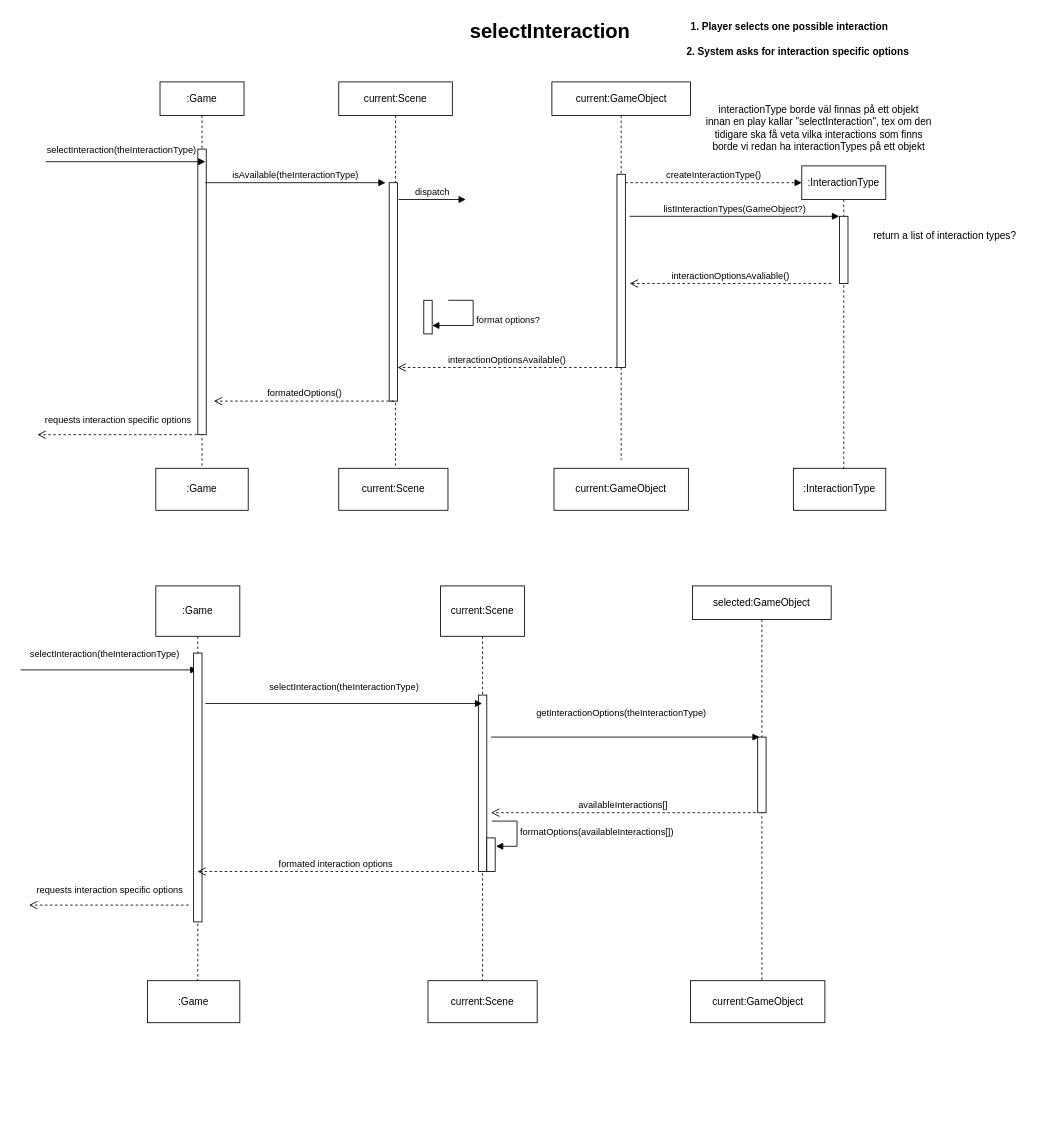
The draw.io diagram page "selectInteraction" (3 of 6) of domain-model.drawio in Jesper-R/PA1460, before the edit. Source tidied: cells renumbered, new cells numbered last; positions are measured from the earlier drawing's top-left corner, leaving out a move shared by most shapes. Both pictures are drawn from the tidied source at 84%, with x=0, y=0 at pixel (20, 14).
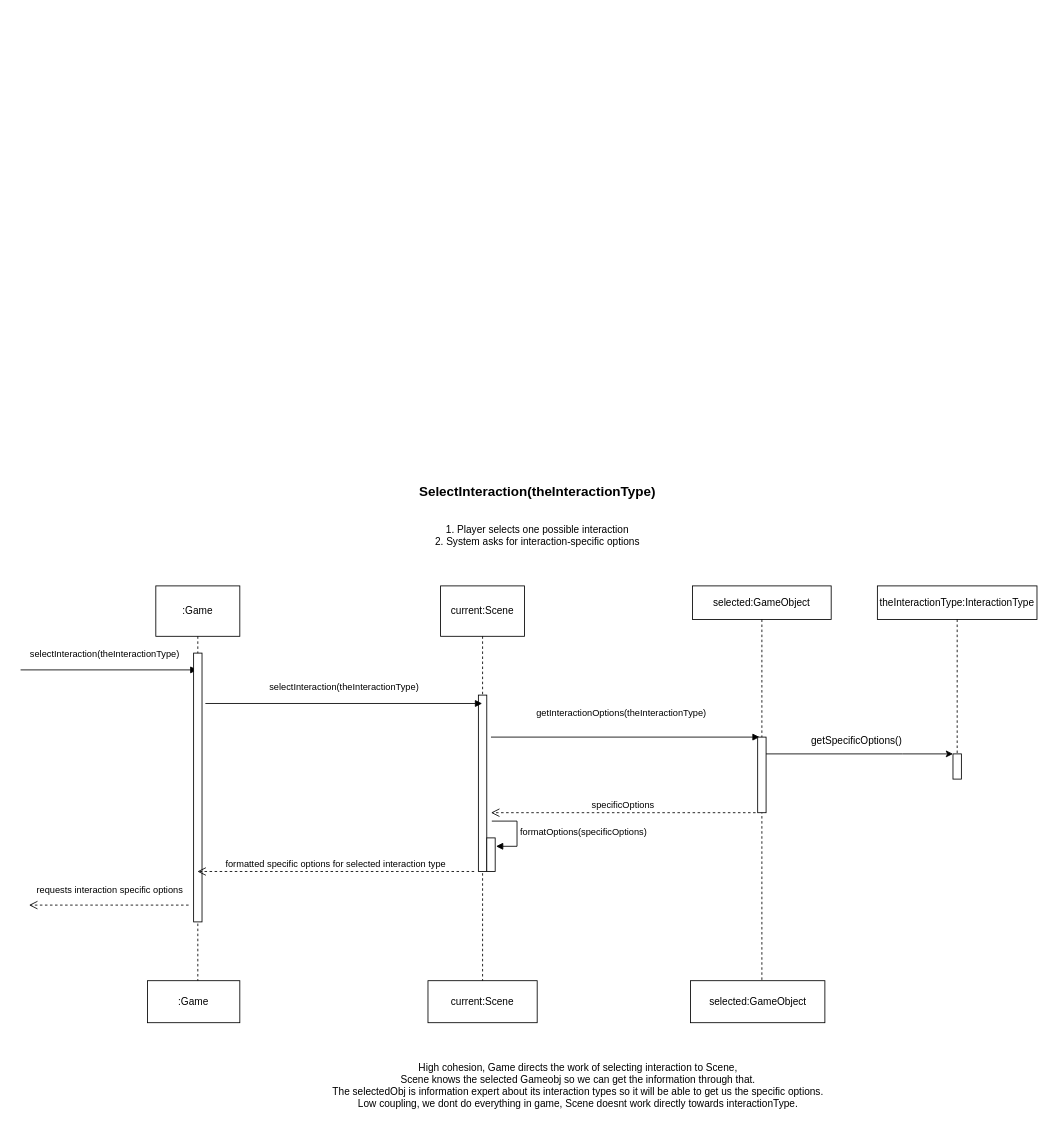
The same page after the edit.

The change refers to these unchanged cells:
```xml
<mxCell id="30" value=":Game" style="shape=umlLifeline;perimeter=lifelinePerimeter;whiteSpace=wrap;html=1;outlineConnect=0;portConstraint=eastwest;newEdgeStyle={&quot;curved&quot;:0,&quot;rounded&quot;:0};size=60;" parent="1" vertex="1">
  <mxGeometry x="161" y="680" width="100" height="480" as="geometry" />
</mxCell>
```

Diff of the diagram source:
```diff
@@
-    <mxCell id="2" value="selectInteraction" style="text;strokeColor=none;fillColor=none;html=1;fontSize=24;fontStyle=1;verticalAlign=middle;align=center;" parent="1" vertex="1">
-      <mxGeometry x="580" width="100" height="40" as="geometry" />
-    </mxCell>
-    <mxCell id="3" value="&lt;b&gt;1. Player selects one possible interaction&lt;/b&gt;" style="text;html=1;align=center;verticalAlign=middle;strokeColor=none;fillColor=none;" parent="1" vertex="1">
-      <mxGeometry x="785" width="260" height="30" as="geometry" />
-    </mxCell>
-    <mxCell id="4" value="&lt;b&gt;2. System asks for interaction specific options&lt;/b&gt;" style="text;html=1;align=center;verticalAlign=middle;strokeColor=none;fillColor=none;" parent="1" vertex="1">
-      <mxGeometry x="780" y="30" width="290" height="30" as="geometry" />
-    </mxCell>
@@
-    <mxCell id="6" value=":Game" style="html=1;whiteSpace=wrap;" parent="1" vertex="1">
-      <mxGeometry x="161" y="540" width="110" height="50" as="geometry" />
-    </mxCell>
-    <mxCell id="7" value="requests interaction specific options" style="html=1;verticalAlign=bottom;endArrow=open;dashed=1;endSize=8;curved=0;rounded=0;" parent="1" edge="1">
-      <mxGeometry x="-0.01" y="-9" relative="1" as="geometry">
-        <mxPoint x="210" y="500" as="sourcePoint" />
-        <mxPoint x="20" y="500" as="targetPoint" />
-      </mxGeometry>
-    </mxCell>
-    <mxCell id="8" value="current:GameObject" style="shape=umlLifeline;perimeter=lifelinePerimeter;whiteSpace=wrap;html=1;newEdgeStyle={&quot;curved&quot;:0,&quot;rounded&quot;:0};" parent="1" vertex="1">
-      <mxGeometry x="632.5" y="80" width="165" height="450" as="geometry" />
-    </mxCell>
-    <mxCell id="9" style="html=1;perimeter=orthogonalPerimeter;targetShapes=umlLifeline;newEdgeStyle={&quot;curved&quot;:0,&quot;rounded&quot;:0};" parent="8" vertex="1">
-      <mxGeometry x="77.5" y="110" width="10" height="230" as="geometry" />
-    </mxCell>
-    <mxCell id="10" value=":Game" style="shape=umlLifeline;perimeter=lifelinePerimeter;whiteSpace=wrap;html=1;newEdgeStyle={&quot;curved&quot;:0,&quot;rounded&quot;:0};" parent="1" vertex="1">
-      <mxGeometry x="166" y="80" width="100" height="460" as="geometry" />
-    </mxCell>
-    <mxCell id="11" style="html=1;perimeter=orthogonalPerimeter;targetShapes=umlLifeline;newEdgeStyle={&quot;curved&quot;:0,&quot;rounded&quot;:0};" parent="10" vertex="1">
-      <mxGeometry x="45" y="80" width="10" height="340" as="geometry" />
-    </mxCell>
-    <mxCell id="12" value=":InteractionType" style="shape=umlLifeline;perimeter=lifelinePerimeter;whiteSpace=wrap;html=1;newEdgeStyle={&quot;curved&quot;:0,&quot;rounded&quot;:0};" parent="1" vertex="1">
-      <mxGeometry x="930" y="180" width="100" height="410" as="geometry" />
-    </mxCell>
-    <mxCell id="13" style="html=1;perimeter=orthogonalPerimeter;targetShapes=umlLifeline;newEdgeStyle={&quot;curved&quot;:0,&quot;rounded&quot;:0};" parent="12" vertex="1">
-      <mxGeometry x="45" y="60" width="10" height="80" as="geometry" />
-    </mxCell>
-    <mxCell id="14" value="current:Scene" style="shape=umlLifeline;perimeter=lifelinePerimeter;whiteSpace=wrap;html=1;newEdgeStyle={&quot;curved&quot;:0,&quot;rounded&quot;:0};size=40;" parent="1" vertex="1">
-      <mxGeometry x="378.8" y="80" width="135.2" height="460" as="geometry" />
-    </mxCell>
-    <mxCell id="15" style="html=1;points=[[0,0,0,0,5],[0,1,0,0,-5],[1,0,0,0,5],[1,1,0,0,-5]];perimeter=orthogonalPerimeter;outlineConnect=0;targetShapes=umlLifeline;portConstraint=eastwest;newEdgeStyle={&quot;curved&quot;:0,&quot;rounded&quot;:0};" parent="14" vertex="1">
-      <mxGeometry x="60" y="120" width="10" height="260" as="geometry" />
-    </mxCell>
-    <mxCell id="16" style="html=1;points=[[0,0,0,0,5],[0,1,0,0,-5],[1,0,0,0,5],[1,1,0,0,-5]];perimeter=orthogonalPerimeter;outlineConnect=0;targetShapes=umlLifeline;portConstraint=eastwest;newEdgeStyle={&quot;curved&quot;:0,&quot;rounded&quot;:0};" parent="14" vertex="1">
-      <mxGeometry x="101.2" y="260" width="10" height="40" as="geometry" />
-    </mxCell>
-    <mxCell id="17" value="format options?" style="html=1;align=left;spacingLeft=2;endArrow=block;rounded=0;edgeStyle=orthogonalEdgeStyle;curved=0;rounded=0;" parent="14" edge="1" target="16">
-      <mxGeometry relative="1" as="geometry">
-        <mxPoint x="130.2" y="260" as="sourcePoint" />
-        <Array as="points">
-          <mxPoint x="160" y="260" />
-          <mxPoint x="160" y="290" />
-        </Array>
-      </mxGeometry>
-    </mxCell>
-    <mxCell id="18" value="current:GameObject" style="html=1;whiteSpace=wrap;" parent="1" vertex="1">
-      <mxGeometry x="635" y="540" width="160" height="50" as="geometry" />
-    </mxCell>
-    <mxCell id="19" value=":InteractionType" style="html=1;whiteSpace=wrap;" parent="1" vertex="1">
-      <mxGeometry x="920" y="540" width="110" height="50" as="geometry" />
-    </mxCell>
-    <mxCell id="20" value="current:Scene" style="html=1;whiteSpace=wrap;" parent="1" vertex="1">
-      <mxGeometry x="378.8" y="540" width="130" height="50" as="geometry" />
-    </mxCell>
-    <mxCell id="21" value="isAvailable(theInteractionType)" style="html=1;verticalAlign=bottom;endArrow=block;curved=0;rounded=0;" parent="1" edge="1">
-      <mxGeometry relative="1" as="geometry">
-        <mxPoint x="220" y="200" as="sourcePoint" />
-        <mxPoint x="434.5" y="200" as="targetPoint" />
-      </mxGeometry>
-    </mxCell>
-    <mxCell id="22" value="listInteractionTypes(GameObject?)" style="html=1;verticalAlign=bottom;endArrow=block;curved=0;rounded=0;" parent="1" edge="1">
-      <mxGeometry relative="1" as="geometry">
-        <mxPoint x="725" y="240" as="sourcePoint" />
-        <mxPoint x="974.5" y="240" as="targetPoint" />
-      </mxGeometry>
-    </mxCell>
-    <mxCell id="23" value="interactionOptionsAvaliable()" style="html=1;verticalAlign=bottom;endArrow=open;dashed=1;endSize=8;curved=0;rounded=0;" parent="1" edge="1">
-      <mxGeometry relative="1" as="geometry">
-        <mxPoint x="965" y="320" as="sourcePoint" />
-        <mxPoint x="725" y="320" as="targetPoint" />
-      </mxGeometry>
-    </mxCell>
-    <mxCell id="24" value="formatedOptions()" style="html=1;verticalAlign=bottom;endArrow=open;dashed=1;endSize=8;curved=0;rounded=0;" parent="1" edge="1">
-      <mxGeometry relative="1" as="geometry">
-        <mxPoint x="444.5" y="460" as="sourcePoint" />
-        <mxPoint x="230" y="460" as="targetPoint" />
-      </mxGeometry>
-    </mxCell>
-    <mxCell id="25" value="createInteractionType()" style="html=1;verticalAlign=bottom;endArrow=block;curved=0;rounded=0;dashed=1;" parent="1" edge="1">
-      <mxGeometry relative="1" as="geometry">
-        <mxPoint x="720" y="200" as="sourcePoint" />
-        <mxPoint x="930" y="200" as="targetPoint" />
-      </mxGeometry>
-    </mxCell>
-    <mxCell id="26" value="dispatch" style="html=1;verticalAlign=bottom;endArrow=block;curved=0;rounded=0;" parent="1" edge="1">
-      <mxGeometry relative="1" as="geometry">
-        <mxPoint x="450" y="220" as="sourcePoint" />
-        <mxPoint x="530" y="220" as="targetPoint" />
-      </mxGeometry>
-    </mxCell>
-    <mxCell id="27" value="interactionOptionsAvailable()" style="html=1;verticalAlign=bottom;endArrow=open;dashed=1;endSize=8;curved=0;rounded=0;" parent="1" edge="1" target="15">
-      <mxGeometry relative="1" as="geometry">
-        <mxPoint x="710" y="420" as="sourcePoint" />
-      </mxGeometry>
-    </mxCell>
-    <mxCell id="28" value="&lt;div&gt;interactionType borde väl finnas på ett objekt&lt;/div&gt;&lt;div&gt;innan en play kallar &quot;selectInteraction&quot;, tex om den&lt;/div&gt;&lt;div&gt;tidigare ska få veta vilka interactions som finns&lt;/div&gt;&lt;div&gt;borde vi redan ha interactionTypes på ett objekt&lt;br&gt;&lt;/div&gt;" style="text;html=1;align=center;verticalAlign=middle;strokeColor=none;fillColor=none;" parent="1" vertex="1">
-      <mxGeometry x="800" y="100" width="300" height="70" as="geometry" />
-    </mxCell>
-    <mxCell id="29" value="return a list of interaction types?" style="text;html=1;align=center;verticalAlign=middle;strokeColor=none;fillColor=none;" parent="1" vertex="1">
-      <mxGeometry x="1005" y="248" width="190" height="30" as="geometry" />
-    </mxCell>
@@
-    <mxCell id="37" value="selectInteraction(theInteractionType)" style="html=1;verticalAlign=bottom;endArrow=block;curved=0;rounded=0;entryX=0;entryY=0;entryDx=0;entryDy=5;" parent="1" edge="1">
-      <mxGeometry x="-0.05" y="5" relative="1" as="geometry">
-        <mxPoint x="30" y="175" as="sourcePoint" />
-        <mxPoint x="220" y="175" as="targetPoint" />
-      </mxGeometry>
-    </mxCell>
@@
-    <mxCell id="42" value="current:GameObject" style="html=1;whiteSpace=wrap;" parent="1" vertex="1">
+    <mxCell id="42" value="selected:GameObject" style="html=1;whiteSpace=wrap;" parent="1" vertex="1">
       <mxGeometry x="797.5" y="1150" width="160" height="50" as="geometry" />
     </mxCell>
@@
-    <mxCell id="44" value="availableInteractions[]" style="html=1;verticalAlign=bottom;endArrow=open;dashed=1;endSize=8;curved=0;rounded=0;" parent="1" edge="1">
+    <mxCell id="44" value="specificOptions" style="html=1;verticalAlign=bottom;endArrow=open;dashed=1;endSize=8;curved=0;rounded=0;" parent="1" edge="1">
       <mxGeometry relative="1" as="geometry">
         <mxPoint x="875" y="950" as="sourcePoint" />
         <mxPoint x="560" y="950" as="targetPoint" />
       </mxGeometry>
     </mxCell>
-    <mxCell id="45" value="formatOptions(availableInteractions[])" style="html=1;align=left;spacingLeft=2;endArrow=block;rounded=0;edgeStyle=orthogonalEdgeStyle;curved=0;rounded=0;" parent="1" edge="1">
+    <mxCell id="45" value="formatOptions(specificOptions)" style="html=1;align=left;spacingLeft=2;endArrow=block;rounded=0;edgeStyle=orthogonalEdgeStyle;curved=0;rounded=0;" parent="1" edge="1">
       <mxGeometry relative="1" as="geometry">
         <mxPoint x="561" y="960" as="sourcePoint" />
         <mxPoint x="566" y="990" as="targetPoint" />
         <Array as="points">
           <mxPoint x="591" y="990" />
         </Array>
       </mxGeometry>
     </mxCell>
-    <mxCell id="46" value="formated interaction options" style="html=1;verticalAlign=bottom;endArrow=open;dashed=1;endSize=8;curved=0;rounded=0;" parent="1" edge="1" target="30">
+    <mxCell id="46" value="formatted specific options for selected interaction type" style="html=1;verticalAlign=bottom;endArrow=open;dashed=1;endSize=8;curved=0;rounded=0;" parent="1" edge="1" target="30">
       <mxGeometry relative="1" as="geometry">
         <mxPoint x="540" y="1020" as="sourcePoint" />
       </mxGeometry>
     </mxCell>
+    <mxCell id="47" value="theInteractionType:InteractionType" style="shape=umlLifeline;perimeter=lifelinePerimeter;whiteSpace=wrap;html=1;newEdgeStyle={&quot;curved&quot;:0,&quot;rounded&quot;:0};" parent="1" vertex="1">
+      <mxGeometry x="1020" y="680" width="190" height="230" as="geometry" />
+    </mxCell>
+    <mxCell id="48" style="html=1;points=[[0,0,0,0,5],[0,1,0,0,-5],[1,0,0,0,5],[1,1,0,0,-5]];perimeter=orthogonalPerimeter;outlineConnect=0;targetShapes=umlLifeline;portConstraint=eastwest;newEdgeStyle={&quot;curved&quot;:0,&quot;rounded&quot;:0};" parent="47" vertex="1">
+      <mxGeometry x="90" y="200" width="10" height="30" as="geometry" />
+    </mxCell>
+    <mxCell id="49" style="edgeStyle=orthogonalEdgeStyle;rounded=0;jettySize=auto;html=1;curved=0;exitX=1;exitY=0;exitDx=0;exitDy=5;exitPerimeter=0;" parent="1" edge="1" target="48">
+      <mxGeometry relative="1" as="geometry">
+        <mxPoint x="887.5" y="880" as="sourcePoint" />
+        <Array as="points">
+          <mxPoint x="1050" y="880" />
+          <mxPoint x="1050" y="880" />
+        </Array>
+      </mxGeometry>
+    </mxCell>
+    <mxCell id="50" value="getSpecificOptions()" style="text;html=1;align=center;verticalAlign=middle;strokeColor=none;fillColor=none;" parent="1" vertex="1">
+      <mxGeometry x="930" y="850" width="130" height="30" as="geometry" />
+    </mxCell>
+    <mxCell id="51" value="High cohesion, Game directs the work of selecting interaction to Scene,&amp;nbsp;&lt;div&gt;Scene knows the s&lt;span style=&quot;background-color: transparent; color: light-dark(rgb(0, 0, 0), rgb(255, 255, 255));&quot;&gt;elected Gameobj so we can get the information through that.&amp;nbsp;&lt;/span&gt;&lt;div&gt;&lt;div&gt;The selectedObj is information expert about its interaction types so it will be able to get us the specific options.&amp;nbsp;&lt;/div&gt;&lt;div style=&quot;&quot;&gt;Low coupling, we dont do everything in game, Scene doesnt work directly towards interactionType.&amp;nbsp;&lt;/div&gt;&lt;/div&gt;&lt;/div&gt;" style="text;html=1;align=center;verticalAlign=middle;strokeColor=none;fillColor=none;" parent="1" vertex="1">
+      <mxGeometry x="360" y="1240" width="610" height="70" as="geometry" />
+    </mxCell>
+    <mxCell id="52" value="&lt;b&gt;&lt;font style=&quot;font-size: 16px;&quot;&gt;SelectInteraction(theInteractionType)&lt;/font&gt;&lt;/b&gt;&lt;div&gt;&lt;b&gt;&lt;br&gt;&lt;/b&gt;&lt;/div&gt;" style="text;html=1;align=center;verticalAlign=middle;strokeColor=none;fillColor=none;" parent="1" vertex="1">
+      <mxGeometry x="460" y="550" width="310" height="50" as="geometry" />
+    </mxCell>
+    <mxCell id="53" value="1. Player selects one possible interaction&lt;div&gt;2. System asks for interaction-specific options&lt;/div&gt;" style="text;html=1;align=center;verticalAlign=middle;strokeColor=none;fillColor=none;" parent="1" vertex="1">
+      <mxGeometry x="480" y="600" width="270" height="40" as="geometry" />
+    </mxCell>
```
